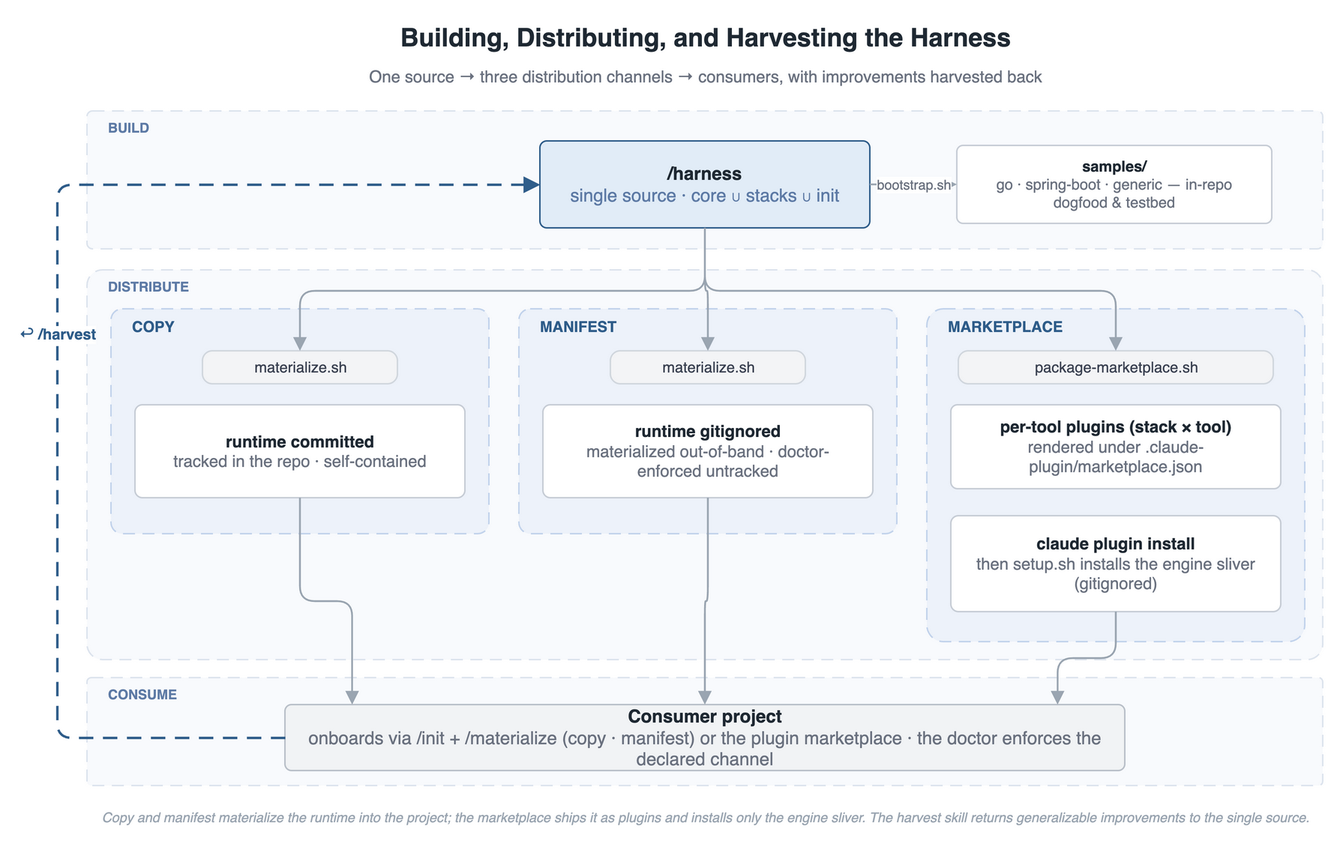
The draw.io diagram docs/images/harness-lifecycle.drawio.png in woditschka/agentic-coding-reference, before a commit. Source tidied: cells renumbered, new cells last; positions are measured from the earlier drawing's top-left corner, leaving out a move shared by most shapes.
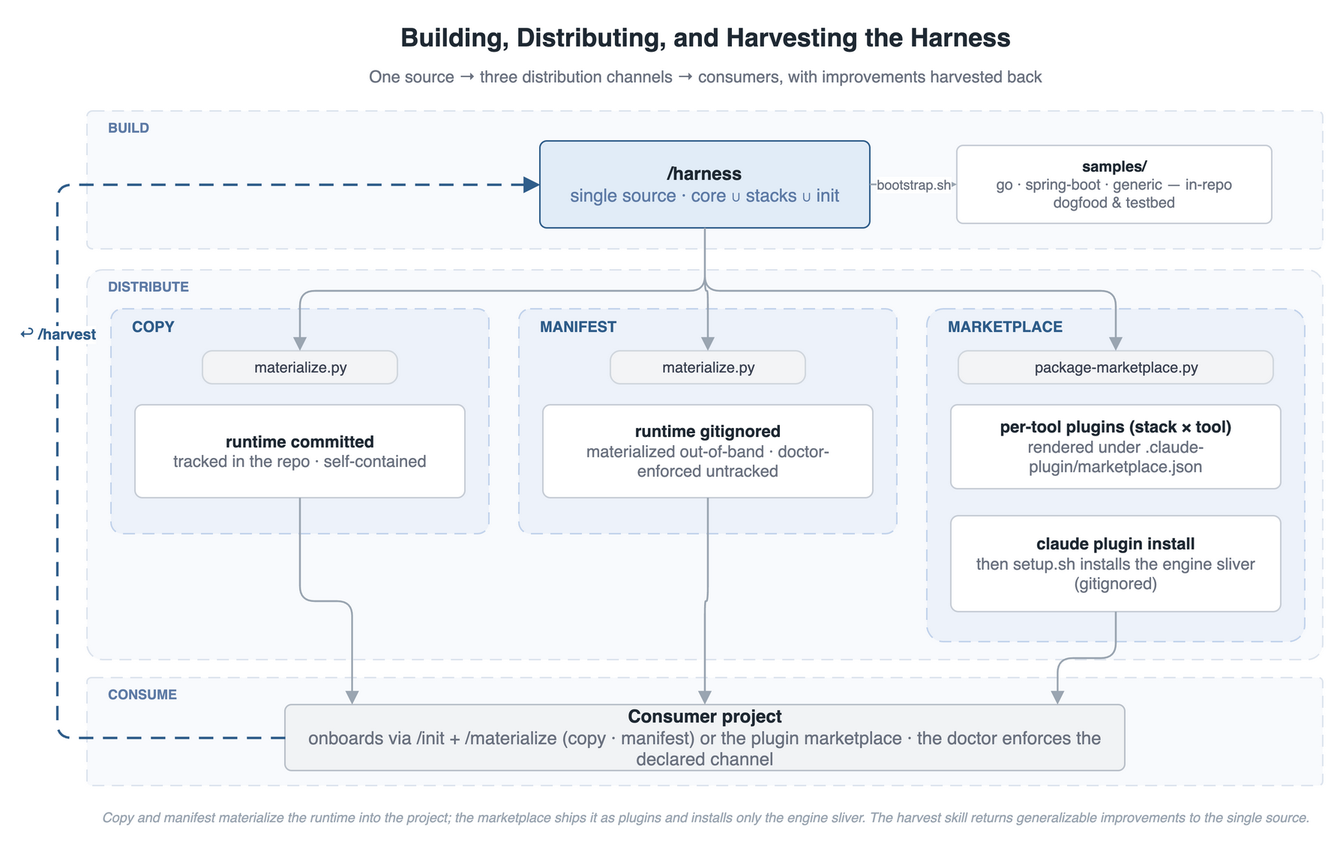
After the commit.

The edit, as a diff of the source:
```diff
@@ -32,13 +32,13 @@
     <mxCell id="11" value="&lt;b&gt;samples/&lt;/b&gt;&lt;br&gt;&lt;font color=&quot;#6B7280&quot;&gt;go · spring-boot · generic — in-repo dogfood &amp;amp; testbed&lt;/font&gt;" style="rounded=1;arcSize=8;whiteSpace=wrap;html=1;fillColor=#FFFFFF;strokeColor=#C7CDD6;fontSize=10;fontColor=#1F2933;verticalAlign=middle;spacingLeft=8;spacingRight=8;" parent="1" vertex="1">
       <mxGeometry x="600" y="85" width="210" height="52" as="geometry" />
     </mxCell>
-    <mxCell id="12" value="materialize.sh" style="rounded=1;arcSize=30;html=1;fillColor=#F3F4F6;strokeColor=#D1D7DE;fontSize=10;fontColor=#3B4252;verticalAlign=middle;" parent="1" vertex="1">
+    <mxCell id="12" value="materialize.py" style="rounded=1;arcSize=30;html=1;fillColor=#F3F4F6;strokeColor=#D1D7DE;fontSize=10;fontColor=#3B4252;verticalAlign=middle;" parent="1" vertex="1">
       <mxGeometry x="97" y="222" width="130" height="22" as="geometry" />
     </mxCell>
-    <mxCell id="13" value="materialize.sh" style="rounded=1;arcSize=30;html=1;fillColor=#F3F4F6;strokeColor=#D1D7DE;fontSize=10;fontColor=#3B4252;verticalAlign=middle;" parent="1" vertex="1">
+    <mxCell id="13" value="materialize.py" style="rounded=1;arcSize=30;html=1;fillColor=#F3F4F6;strokeColor=#D1D7DE;fontSize=10;fontColor=#3B4252;verticalAlign=middle;" parent="1" vertex="1">
       <mxGeometry x="369" y="222" width="130" height="22" as="geometry" />
     </mxCell>
-    <mxCell id="14" value="package-marketplace.sh" style="rounded=1;arcSize=30;html=1;fillColor=#F3F4F6;strokeColor=#D1D7DE;fontSize=10;fontColor=#3B4252;verticalAlign=middle;" parent="1" vertex="1">
+    <mxCell id="14" value="package-marketplace.py" style="rounded=1;arcSize=30;html=1;fillColor=#F3F4F6;strokeColor=#D1D7DE;fontSize=10;fontColor=#3B4252;verticalAlign=middle;" parent="1" vertex="1">
       <mxGeometry x="601" y="222" width="210" height="22" as="geometry" />
     </mxCell>
     <mxCell id="15" value="&lt;b&gt;runtime committed&lt;/b&gt;&lt;br&gt;&lt;font color=&quot;#6B7280&quot;&gt;tracked in the repo · self-contained&lt;/font&gt;" style="rounded=1;arcSize=8;whiteSpace=wrap;html=1;fillColor=#FFFFFF;strokeColor=#C7CDD6;fontSize=11;fontColor=#1F2933;verticalAlign=middle;spacingLeft=8;spacingRight=8;" parent="1" vertex="1">
```
